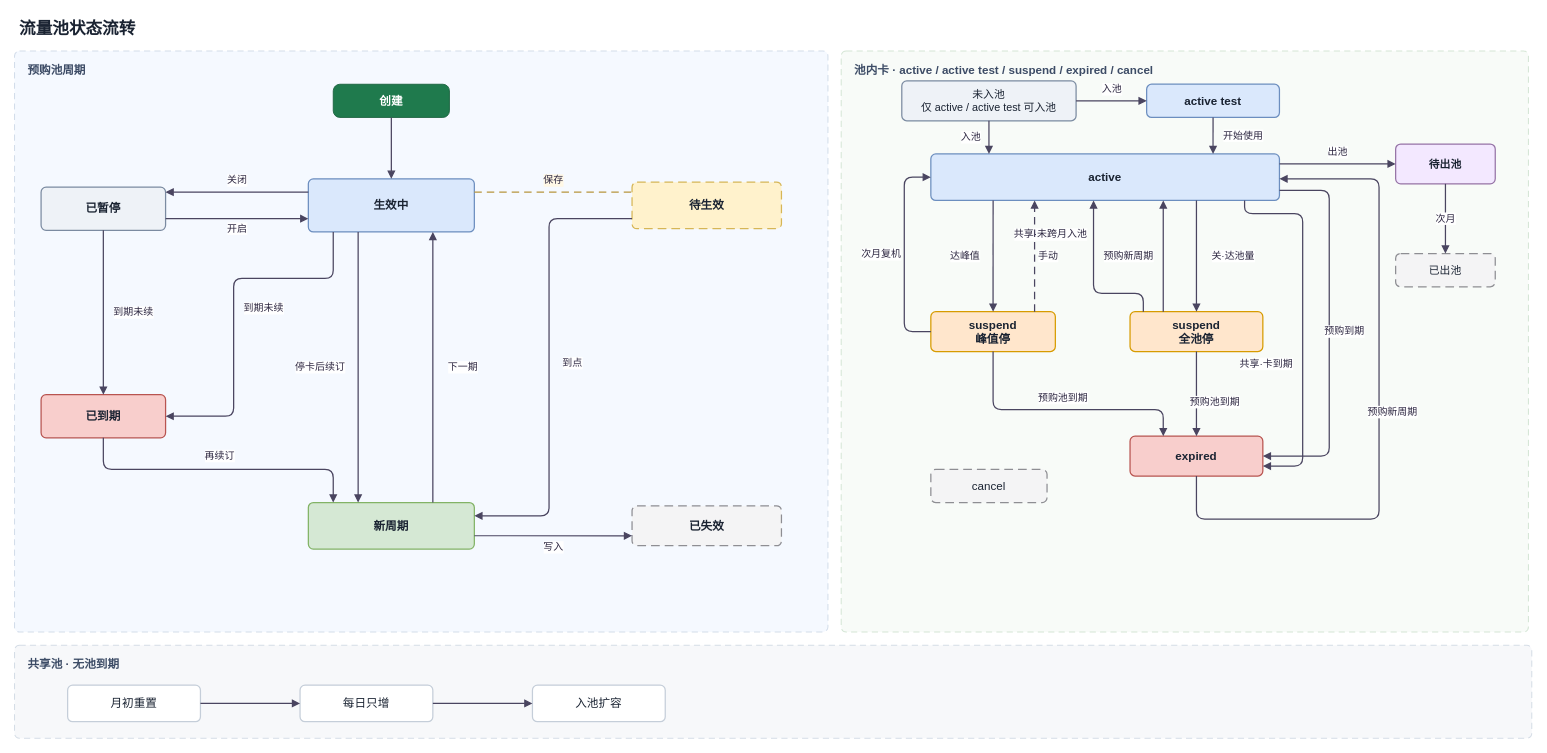
Before: 流量池_状态流转.drawio in MrLonelyLovely/WanliGo, a draw.io diagram. Source tidied: cells renumbered, new cells numbered last; positions are measured from the earlier drawing's top-left corner, leaving out a move shared by most shapes. Both pictures are drawn from the tidied source at 83%, with x=0, y=0 at pixel (14, 14).
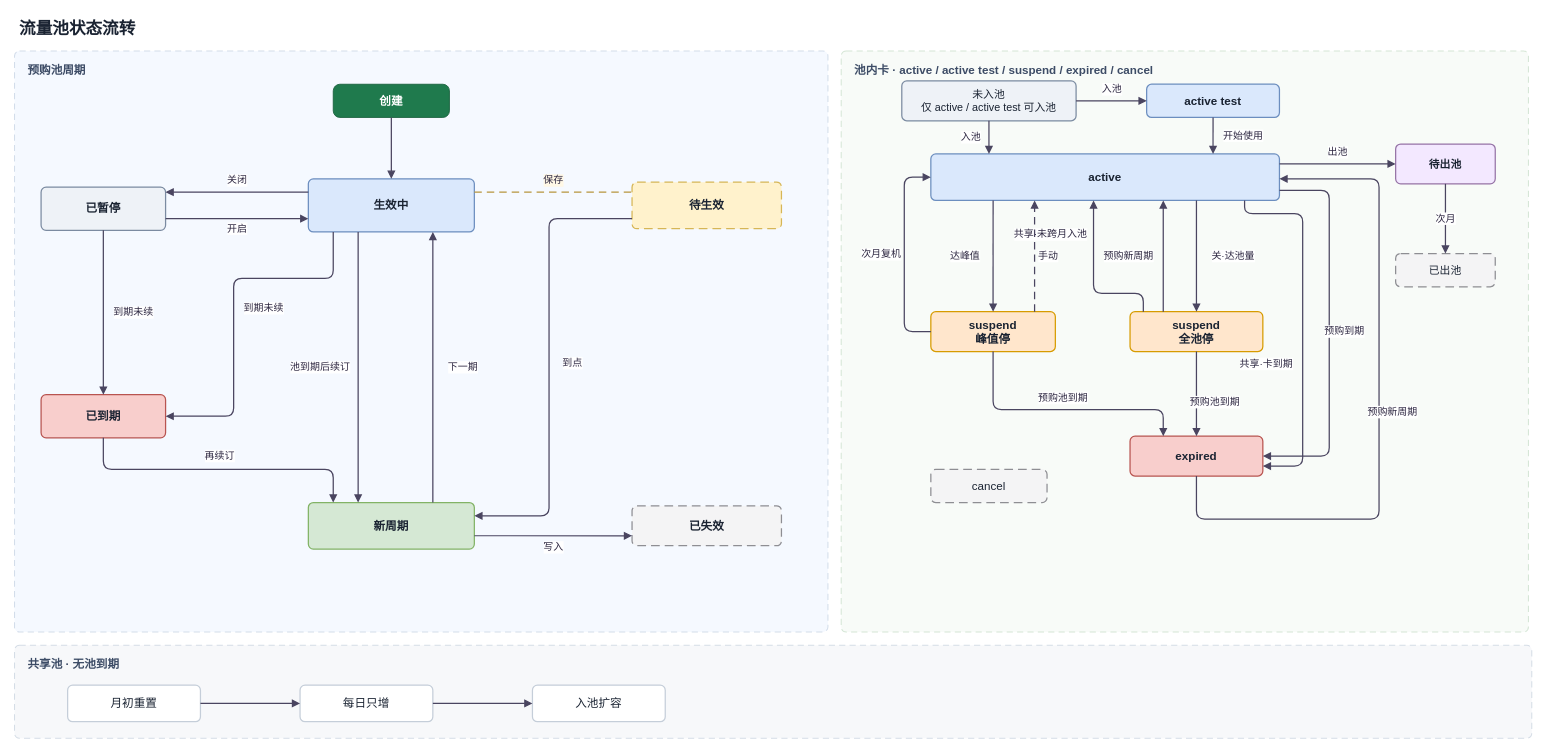
The same page after the edit.

The change refers to these unchanged cells:
```xml
<mxCell id="8" value="生效中" style="rounded=1;whiteSpace=wrap;html=1;absoluteArcSize=1;arcSize=12;fontFamily=PingFang SC;fontSize=14;fontStyle=1;fontColor=#1A2332;strokeWidth=1.5;align=center;verticalAlign=middle;fillColor=#DAE8FC;strokeColor=#6C8EBF;" parent="1" vertex="1">
  <mxGeometry x="354" y="198" width="200" height="64" as="geometry" />
</mxCell>
<mxCell id="11" value="新周期" style="rounded=1;whiteSpace=wrap;html=1;absoluteArcSize=1;arcSize=12;fontFamily=PingFang SC;fontSize=14;fontStyle=1;fontColor=#1A2332;strokeWidth=1.5;align=center;verticalAlign=middle;fillColor=#D5E8D4;strokeColor=#82B366;" parent="1" vertex="1">
  <mxGeometry x="354" y="588" width="200" height="56" as="geometry" />
</mxCell>
```

Change to the diagram source:
```diff
@@
-    <mxCell id="30" value="停卡后续订" style="edgeStyle=orthogonalEdgeStyle;rounded=1;jettySize=auto;html=1;endArrow=block;endFill=1;strokeColor=#4A4560;strokeWidth=1.5;fontSize=12;fontColor=#2C2640;fontFamily=PingFang SC;labelBackgroundColor=#FFFFFF;exitX=0.3;exitY=1;entryX=0.3;entryY=0;" parent="1" edge="1" source="8" target="11">
+    <mxCell id="30" value="池到期后续订" style="edgeStyle=orthogonalEdgeStyle;rounded=1;jettySize=auto;html=1;endArrow=block;endFill=1;strokeColor=#4A4560;strokeWidth=1.5;fontSize=12;fontColor=#2C2640;fontFamily=PingFang SC;labelBackgroundColor=#FFFFFF;exitX=0.3;exitY=1;entryX=0.3;entryY=0;" parent="1" edge="1" source="8" target="11">
       <mxGeometry relative="1" as="geometry">
         <mxPoint x="-46" as="offset" />
       </mxGeometry>
     </mxCell>
```
